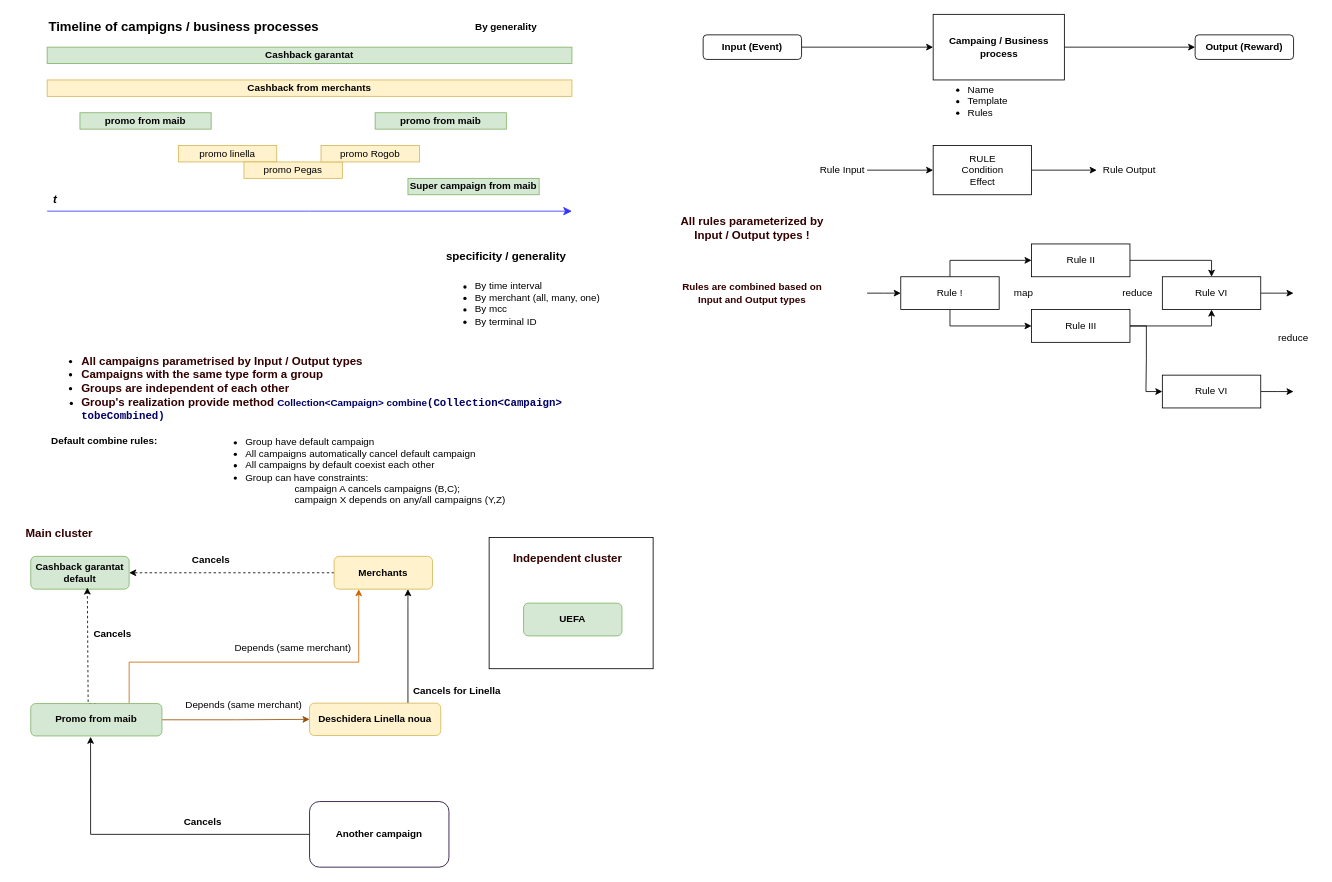
Above: Диаграмма без названия.drawio in DemiusAcademius/diagrams (draw.io), before the change. Source tidied: cells renumbered, new cells numbered last; positions are measured from the earlier drawing's top-left corner, leaving out a move shared by most shapes. Both pictures are drawn from the tidied source at 82%, with x=0, y=0 at pixel (14, 14).
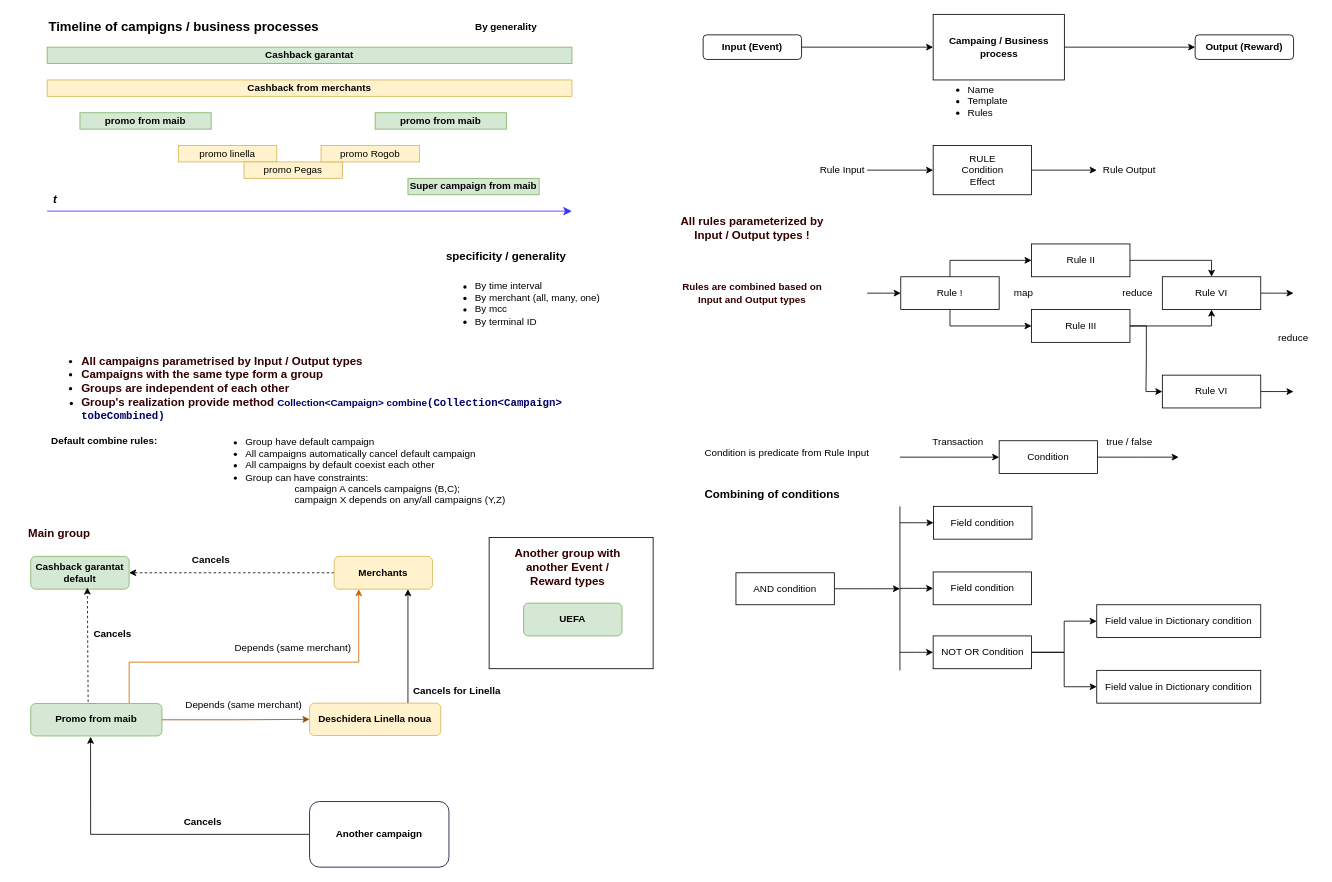
The same page after the edit.

The edit, as a diff of the source:
```diff
@@
-    <mxCell id="29" value="&lt;font size=&quot;1&quot; color=&quot;#330000&quot;&gt;&lt;b style=&quot;font-size: 14px;&quot;&gt;Independent cluster&lt;/b&gt;&lt;/font&gt;" style="text;html=1;strokeColor=none;fillColor=none;align=center;verticalAlign=middle;whiteSpace=wrap;rounded=0;" parent="1" vertex="1">
-      <mxGeometry x="605" y="648" width="140" height="30" as="geometry" />
+    <mxCell id="29" value="&lt;font size=&quot;1&quot; color=&quot;#330000&quot;&gt;&lt;b style=&quot;font-size: 14px;&quot;&gt;Another group with another Event / Reward types&lt;/b&gt;&lt;/font&gt;" style="text;html=1;strokeColor=none;fillColor=none;align=center;verticalAlign=middle;whiteSpace=wrap;rounded=0;" parent="1" vertex="1">
+      <mxGeometry x="605" y="648" width="140" height="52" as="geometry" />
     </mxCell>
-    <mxCell id="30" value="&lt;b&gt;&lt;font style=&quot;font-size: 14px;&quot; color=&quot;#330000&quot;&gt;Main cluster&lt;/font&gt;&lt;/b&gt;" style="text;html=1;strokeColor=none;fillColor=none;align=center;verticalAlign=middle;whiteSpace=wrap;rounded=0;" parent="1" vertex="1">
+    <mxCell id="30" value="&lt;b&gt;&lt;font style=&quot;font-size: 14px;&quot; color=&quot;#330000&quot;&gt;Main group&lt;/font&gt;&lt;/b&gt;" style="text;html=1;strokeColor=none;fillColor=none;align=center;verticalAlign=middle;whiteSpace=wrap;rounded=0;" parent="1" vertex="1">
       <mxGeometry y="618" width="110" height="30" as="geometry" />
     </mxCell>
@@
+    <mxCell id="69" style="edgeStyle=orthogonalEdgeStyle;rounded=0;jettySize=auto;html=1;" parent="1" edge="1" source="70">
+      <mxGeometry relative="1" as="geometry">
+        <mxPoint x="1080" y="700.5" as="targetPoint" />
+      </mxGeometry>
+    </mxCell>
+    <mxCell id="70" value="AND condition" style="rounded=0;whiteSpace=wrap;html=1;" parent="1" vertex="1">
+      <mxGeometry x="880" y="681" width="120" height="39" as="geometry" />
+    </mxCell>
+    <mxCell id="71" value="&lt;b&gt;&lt;font style=&quot;font-size: 14px;&quot;&gt;Combining of conditions&lt;/font&gt;&lt;/b&gt;" style="text;html=1;strokeColor=none;fillColor=none;align=left;verticalAlign=middle;whiteSpace=wrap;rounded=0;" parent="1" vertex="1">
+      <mxGeometry x="840" y="570" width="170" height="30" as="geometry" />
+    </mxCell>
+    <mxCell id="72" style="edgeStyle=orthogonalEdgeStyle;rounded=0;jettySize=auto;html=1;startArrow=classic;startFill=1;endArrow=none;endFill=0;" parent="1" edge="1" source="73">
+      <mxGeometry relative="1" as="geometry">
+        <mxPoint x="1080" y="620" as="targetPoint" />
+      </mxGeometry>
+    </mxCell>
+    <mxCell id="73" value="Field condition" style="rounded=0;whiteSpace=wrap;html=1;" parent="1" vertex="1">
+      <mxGeometry x="1121" y="600" width="120" height="40" as="geometry" />
+    </mxCell>
+    <mxCell id="74" style="edgeStyle=orthogonalEdgeStyle;rounded=0;jettySize=auto;html=1;startArrow=classic;startFill=1;endArrow=none;endFill=0;" parent="1" edge="1" source="75">
+      <mxGeometry relative="1" as="geometry">
+        <mxPoint x="1080" y="700" as="targetPoint" />
+      </mxGeometry>
+    </mxCell>
+    <mxCell id="75" value="Field condition" style="rounded=0;whiteSpace=wrap;html=1;" parent="1" vertex="1">
+      <mxGeometry x="1120.5" y="680" width="120" height="40" as="geometry" />
+    </mxCell>
+    <mxCell id="76" style="edgeStyle=orthogonalEdgeStyle;rounded=0;jettySize=auto;html=1;startArrow=classic;startFill=1;endArrow=none;endFill=0;" parent="1" edge="1" source="79">
+      <mxGeometry relative="1" as="geometry">
+        <mxPoint x="1080" y="778" as="targetPoint" />
+      </mxGeometry>
+    </mxCell>
+    <mxCell id="77" style="edgeStyle=orthogonalEdgeStyle;rounded=0;jettySize=auto;html=1;entryX=0;entryY=0.5;entryDx=0;entryDy=0;" parent="1" edge="1" source="79" target="81">
+      <mxGeometry relative="1" as="geometry" />
+    </mxCell>
+    <mxCell id="78" style="edgeStyle=orthogonalEdgeStyle;rounded=0;jettySize=auto;html=1;entryX=0;entryY=0.5;entryDx=0;entryDy=0;" parent="1" edge="1" source="79" target="82">
+      <mxGeometry relative="1" as="geometry" />
+    </mxCell>
+    <mxCell id="79" value="NOT OR Condition" style="rounded=0;whiteSpace=wrap;html=1;" parent="1" vertex="1">
+      <mxGeometry x="1120.5" y="758" width="120" height="40" as="geometry" />
+    </mxCell>
+    <mxCell id="80" style="endArrow=none;html=1;rounded=0;" parent="1" edge="1">
+      <mxGeometry relative="1" as="geometry">
+        <mxPoint x="1080" y="800" as="sourcePoint" />
+        <mxPoint x="1080" y="600" as="targetPoint" />
+      </mxGeometry>
+    </mxCell>
+    <mxCell id="81" value="Field value in Dictionary condition" style="rounded=0;whiteSpace=wrap;html=1;" parent="1" vertex="1">
+      <mxGeometry x="1320" y="720" width="200" height="40" as="geometry" />
+    </mxCell>
+    <mxCell id="82" value="Field value in Dictionary condition" style="rounded=0;whiteSpace=wrap;html=1;" parent="1" vertex="1">
+      <mxGeometry x="1320" y="800" width="200" height="40" as="geometry" />
+    </mxCell>
+    <mxCell id="83" value="Condition is predicate from Rule Input" style="text;html=1;strokeColor=none;fillColor=none;align=left;verticalAlign=middle;whiteSpace=wrap;rounded=0;" parent="1" vertex="1">
+      <mxGeometry x="840" y="520" width="230" height="30" as="geometry" />
+    </mxCell>
+    <mxCell id="84" style="edgeStyle=orthogonalEdgeStyle;rounded=0;jettySize=auto;html=1;" parent="1" edge="1" source="86">
+      <mxGeometry relative="1" as="geometry">
+        <mxPoint x="1420" y="540" as="targetPoint" />
+      </mxGeometry>
+    </mxCell>
+    <mxCell id="85" style="edgeStyle=orthogonalEdgeStyle;rounded=0;jettySize=auto;html=1;startArrow=classic;startFill=1;endArrow=none;endFill=0;" parent="1" edge="1" source="86">
+      <mxGeometry relative="1" as="geometry">
+        <mxPoint x="1080" y="540" as="targetPoint" />
+      </mxGeometry>
+    </mxCell>
+    <mxCell id="86" value="Condition" style="rounded=0;whiteSpace=wrap;html=1;" parent="1" vertex="1">
+      <mxGeometry x="1201" y="520" width="120" height="40" as="geometry" />
+    </mxCell>
+    <mxCell id="87" value="true / false" style="text;html=1;strokeColor=none;fillColor=none;align=center;verticalAlign=middle;whiteSpace=wrap;rounded=0;" parent="1" vertex="1">
+      <mxGeometry x="1330" y="507" width="60" height="30" as="geometry" />
+    </mxCell>
+    <mxCell id="88" value="Transaction" style="text;html=1;strokeColor=none;fillColor=none;align=center;verticalAlign=middle;whiteSpace=wrap;rounded=0;" parent="1" vertex="1">
+      <mxGeometry x="1121" y="507" width="60" height="30" as="geometry" />
+    </mxCell>
```
